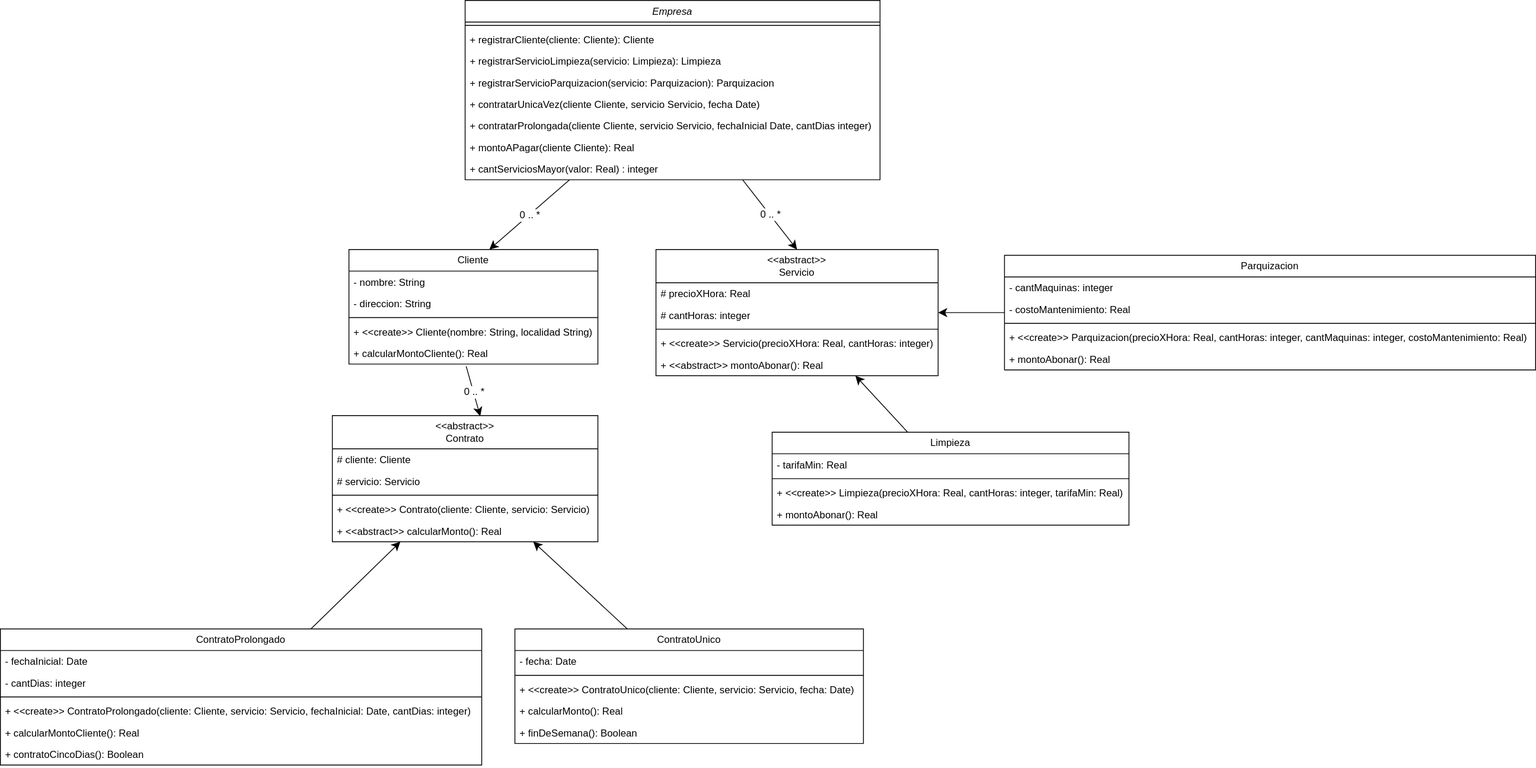
Before: OO1/Parciales/3_Parcial/UML.drawio.svg, a diagram exported from draw.io (LRondinelli04/Licenciatura-en-Sistemas_APU). Source tidied: cells renumbered, new cells last; positions are measured from the earlier drawing's top-left corner, leaving out a move shared by most shapes.
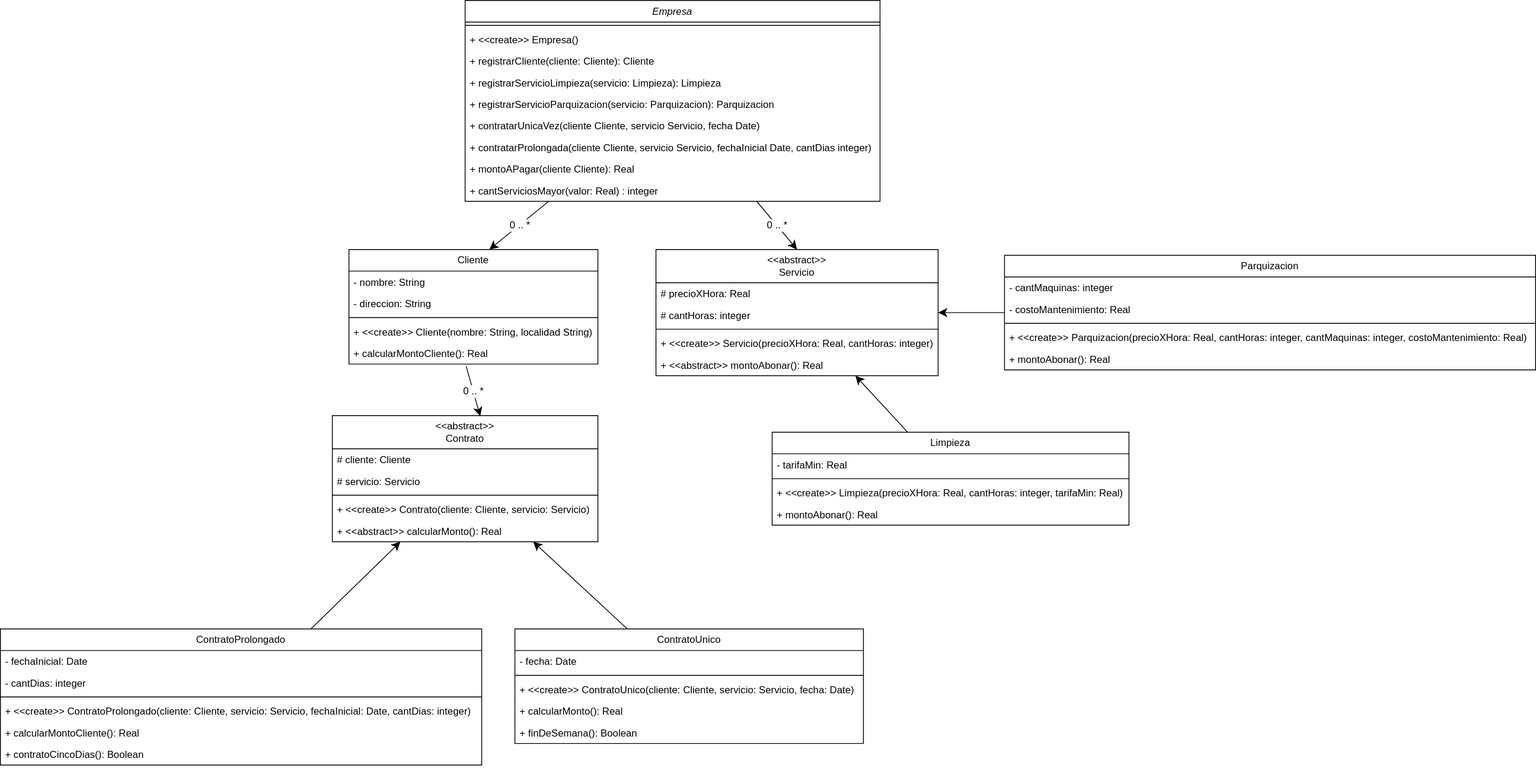
After the commit.

Change to the diagram source:
```diff
@@ -3,31 +3,34 @@
     <mxCell id="0" />
     <mxCell id="1" parent="0" />
     <mxCell id="2" value="Empresa" style="swimlane;fontStyle=2;align=center;verticalAlign=top;horizontal=1;startSize=26;rounded=0;shadow=0;strokeWidth=1;" parent="1" vertex="1">
-      <mxGeometry x="560" width="500" height="216" as="geometry" />
+      <mxGeometry x="560" width="500" height="242" as="geometry" />
     </mxCell>
     <mxCell id="3" style="line;html=1;strokeWidth=1;align=left;verticalAlign=middle;spacingTop=-1;spacingLeft=3;spacingRight=3;labelPosition=right;" parent="2" vertex="1">
       <mxGeometry y="26" width="500" height="8" as="geometry" />
     </mxCell>
+    <mxCell id="63" value="+ &lt;&lt;create&gt;&gt; Empresa()" style="text;align=left;verticalAlign=top;spacingLeft=4;spacingRight=4;overflow=hidden;" parent="2" vertex="1">
+      <mxGeometry y="34" width="500" height="26" as="geometry" />
+    </mxCell>
     <mxCell id="4" value="+ registrarCliente(cliente: Cliente): Cliente" style="text;align=left;verticalAlign=top;spacingLeft=4;spacingRight=4;overflow=hidden;" parent="2" vertex="1">
-      <mxGeometry y="34" width="500" height="26" as="geometry" />
+      <mxGeometry y="60" width="500" height="26" as="geometry" />
     </mxCell>
     <mxCell id="5" value="+ registrarServicioLimpieza(servicio: Limpieza): Limpieza" style="text;align=left;verticalAlign=top;spacingLeft=4;spacingRight=4;overflow=hidden;" parent="2" vertex="1">
-      <mxGeometry y="60" width="500" height="26" as="geometry" />
+      <mxGeometry y="86" width="500" height="26" as="geometry" />
     </mxCell>
     <mxCell id="6" value="+ registrarServicioParquizacion(servicio: Parquizacion): Parquizacion" style="text;align=left;verticalAlign=top;spacingLeft=4;spacingRight=4;overflow=hidden;" parent="2" vertex="1">
-      <mxGeometry y="86" width="500" height="26" as="geometry" />
+      <mxGeometry y="112" width="500" height="26" as="geometry" />
     </mxCell>
     <mxCell id="7" value="+ contratarUnicaVez(cliente Cliente, servicio Servicio, fecha Date)" style="text;align=left;verticalAlign=top;spacingLeft=4;spacingRight=4;overflow=hidden;" parent="2" vertex="1">
-      <mxGeometry y="112" width="500" height="26" as="geometry" />
+      <mxGeometry y="138" width="500" height="26" as="geometry" />
     </mxCell>
     <mxCell id="8" value="+ contratarProlongada(cliente Cliente, servicio Servicio, fechaInicial Date, cantDias integer)" style="text;align=left;verticalAlign=top;spacingLeft=4;spacingRight=4;overflow=hidden;" parent="2" vertex="1">
-      <mxGeometry y="138" width="500" height="26" as="geometry" />
+      <mxGeometry y="164" width="500" height="26" as="geometry" />
     </mxCell>
     <mxCell id="9" value="+ montoAPagar(cliente Cliente): Real" style="text;align=left;verticalAlign=top;spacingLeft=4;spacingRight=4;overflow=hidden;" parent="2" vertex="1">
-      <mxGeometry y="164" width="500" height="26" as="geometry" />
+      <mxGeometry y="190" width="500" height="26" as="geometry" />
     </mxCell>
     <mxCell id="10" value="+ cantServiciosMayor(valor: Real) : integer" style="text;align=left;verticalAlign=top;spacingLeft=4;spacingRight=4;overflow=hidden;" parent="2" vertex="1">
-      <mxGeometry y="190" width="500" height="26" as="geometry" />
+      <mxGeometry y="216" width="500" height="26" as="geometry" />
     </mxCell>
     <mxCell id="11" value="Cliente" style="swimlane;fontStyle=0;horizontal=1;startSize=26;fillColor=none;whiteSpace=wrap;html=1;" parent="1" vertex="1">
       <mxGeometry x="420" y="300" width="300" height="138" as="geometry" />
```
